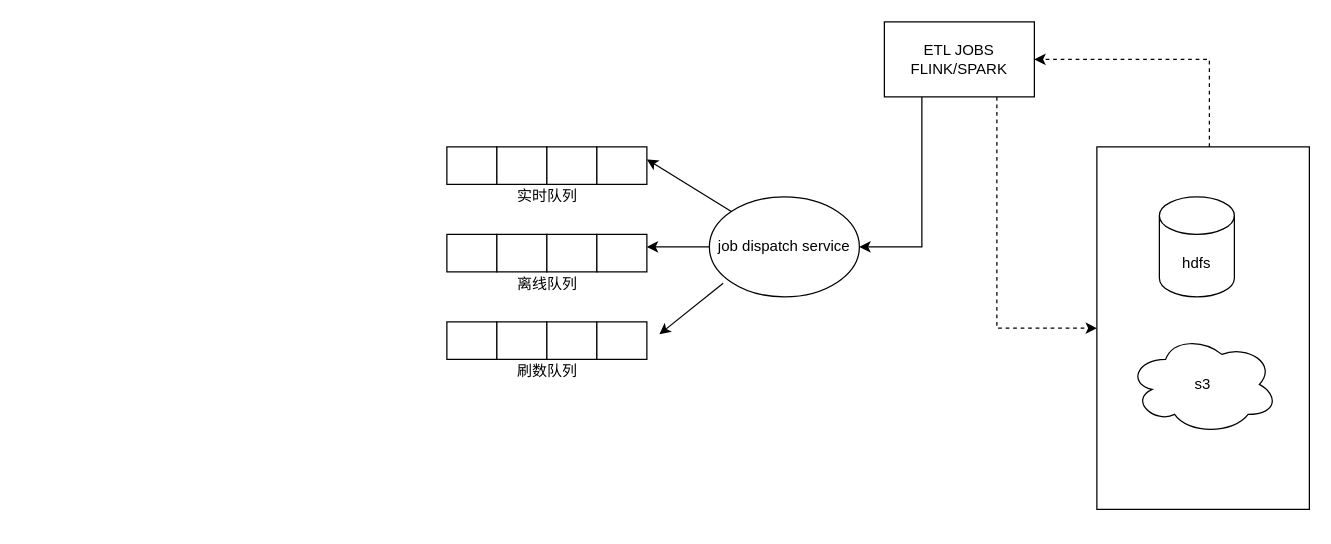
GoGoWen/JD-Bowen-incubator-doris keeps this draw.io diagram as doc/diagram.drawio. Above is the earlier version. Source tidied: cells renumbered, new cells numbered last; positions are measured from the earlier drawing's top-left corner, leaving out a move shared by most shapes. Both pictures are drawn from the tidied source at 125%, with x=0, y=0 at pixel (446, 21).
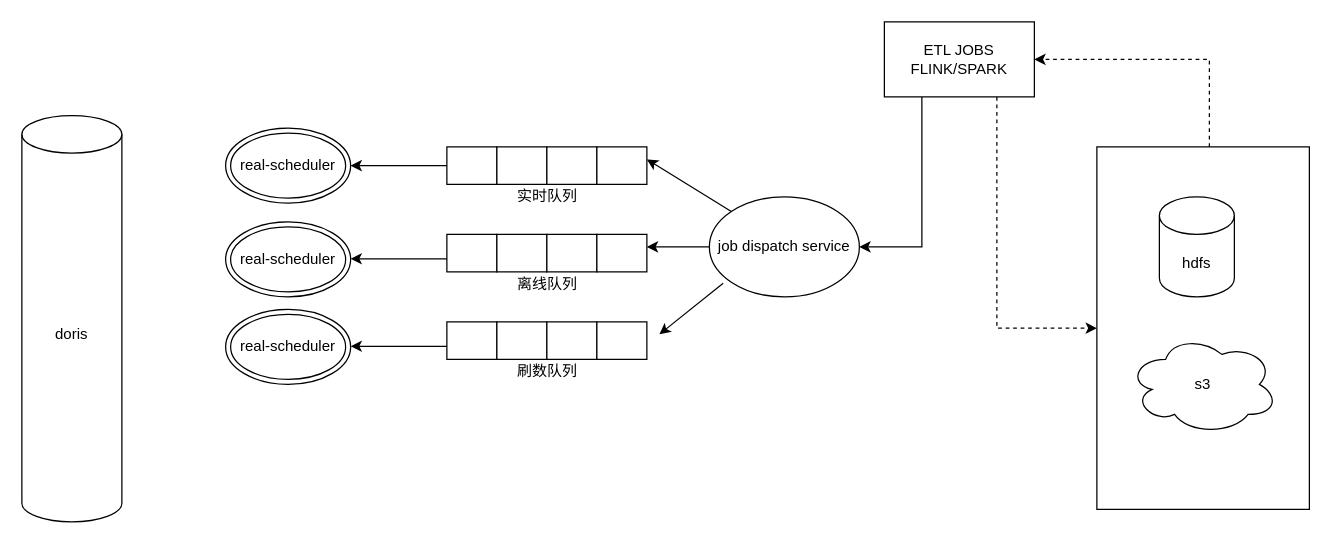
The same page after the edit.

The change refers to these unchanged cells:
```xml
<mxCell id="4" style="rounded=0;whiteSpace=wrap;html=1;" parent="3" vertex="1">
  <mxGeometry width="40" height="30" as="geometry" />
</mxCell>
```

The edit, as a diff of the source:
```diff
@@
+    <mxCell id="34" value="doris" style="shape=cylinder3;whiteSpace=wrap;html=1;boundedLbl=1;backgroundOutline=1;size=15;" parent="1" vertex="1">
+      <mxGeometry x="-340" y="75" width="80" height="325" as="geometry" />
+    </mxCell>
+    <mxCell id="35" value="real-scheduler" style="ellipse;shape=doubleEllipse;whiteSpace=wrap;html=1;" parent="1" vertex="1">
+      <mxGeometry x="-177" y="85" width="100" height="60" as="geometry" />
+    </mxCell>
+    <mxCell id="36" value="real-scheduler" style="ellipse;shape=doubleEllipse;whiteSpace=wrap;html=1;" parent="1" vertex="1">
+      <mxGeometry x="-177" y="160" width="100" height="60" as="geometry" />
+    </mxCell>
+    <mxCell id="37" value="real-scheduler" style="ellipse;shape=doubleEllipse;whiteSpace=wrap;html=1;" parent="1" vertex="1">
+      <mxGeometry x="-177" y="230" width="100" height="60" as="geometry" />
+    </mxCell>
+    <mxCell id="38" style="endArrow=classic;html=1;rounded=0;exitX=0;exitY=0.5;exitDx=0;exitDy=0;entryX=1;entryY=0.5;entryDx=0;entryDy=0;" parent="1" edge="1" source="4" target="35">
+      <mxGeometry relative="1" as="geometry" />
+    </mxCell>
+    <mxCell id="39" style="endArrow=classic;html=1;rounded=0;exitX=0;exitY=0.5;exitDx=0;exitDy=0;entryX=1;entryY=0.5;entryDx=0;entryDy=0;" parent="1" edge="1">
+      <mxGeometry relative="1" as="geometry">
+        <mxPoint y="189.5" as="sourcePoint" />
+        <mxPoint x="-77" y="189.5" as="targetPoint" />
+      </mxGeometry>
+    </mxCell>
+    <mxCell id="40" style="endArrow=classic;html=1;rounded=0;exitX=0;exitY=0.5;exitDx=0;exitDy=0;entryX=1;entryY=0.5;entryDx=0;entryDy=0;" parent="1" edge="1">
+      <mxGeometry relative="1" as="geometry">
+        <mxPoint y="259.5" as="sourcePoint" />
+        <mxPoint x="-77" y="259.5" as="targetPoint" />
+      </mxGeometry>
+    </mxCell>
```
